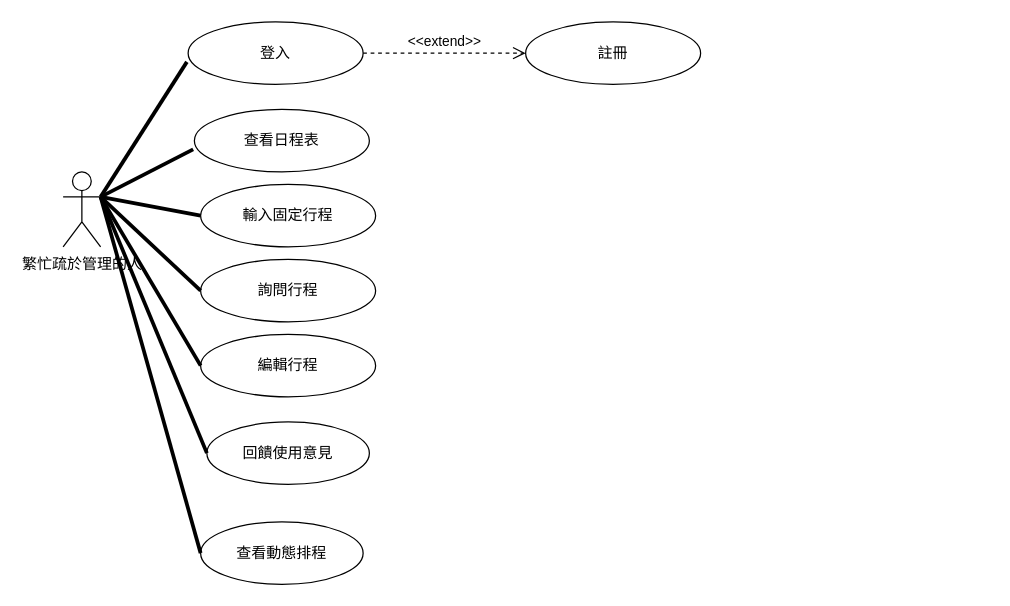
Earlier version of the draw.io diagram 使用個案圖.drawio (Kevincheng0804/Graduation-Topic). Source tidied: cells renumbered, new cells numbered last; positions are measured from the earlier drawing's top-left corner, leaving out a move shared by most shapes. Both pictures are drawn from the tidied source at 125%, with x=0, y=0 at pixel (62, 21).
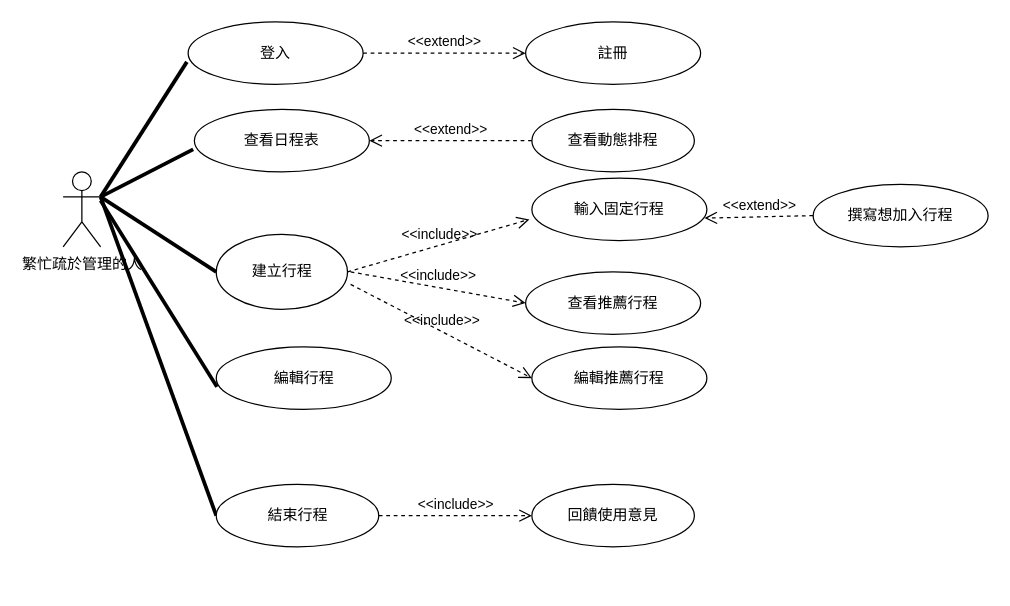
The same diagram, later.

Commit message:
更新使用個案圖11/181806.drawio

Unchanged cells that the change refers to:
```xml
<mxCell id="2" value="繁忙疏於管理的人" style="shape=umlActor;verticalLabelPosition=bottom;verticalAlign=top;html=1;" parent="1" vertex="1">
  <mxGeometry y="120" width="30" height="60" as="geometry" />
</mxCell>
<mxCell id="7" value="查看日程表" style="ellipse;html=1;whiteSpace=wrap;" parent="1" vertex="1">
  <mxGeometry x="105" y="70" width="140" height="50" as="geometry" />
</mxCell>
```

Diff of the diagram source:
```diff
@@
-    <mxCell id="9" value="詢問行程" style="ellipse;html=1;whiteSpace=wrap;" parent="1" vertex="1">
-      <mxGeometry x="110" y="190" width="140" height="50" as="geometry" />
+    <mxCell id="9" value="撰寫想加入行程" style="ellipse;html=1;whiteSpace=wrap;" parent="1" vertex="1">
+      <mxGeometry x="600" y="130" width="140" height="50" as="geometry" />
     </mxCell>
-    <mxCell id="10" style="endArrow=none;startArrow=none;endFill=0;startFill=0;endSize=8;html=1;verticalAlign=bottom;labelBackgroundColor=none;strokeWidth=3;rounded=0;entryX=0;entryY=0.5;entryDx=0;entryDy=0;exitX=1;exitY=0.3333333333333333;exitDx=0;exitDy=0;exitPerimeter=0;" parent="1" edge="1" source="2" target="9">
-      <mxGeometry relative="1" as="geometry" />
-    </mxCell>
     <mxCell id="11" value="輸入固定行程" style="ellipse;html=1;whiteSpace=wrap;" parent="1" vertex="1">
-      <mxGeometry x="110" y="130" width="140" height="50" as="geometry" />
+      <mxGeometry x="375" y="125" width="140" height="50" as="geometry" />
     </mxCell>
-    <mxCell id="12" style="endArrow=none;startArrow=none;endFill=0;startFill=0;endSize=8;html=1;verticalAlign=bottom;labelBackgroundColor=none;strokeWidth=3;rounded=0;entryX=0;entryY=0.5;entryDx=0;entryDy=0;exitX=1;exitY=0.3333333333333333;exitDx=0;exitDy=0;exitPerimeter=0;" parent="1" edge="1" source="2" target="11">
-      <mxGeometry relative="1" as="geometry" />
-    </mxCell>
-    <mxCell id="13" value="編輯行程" style="ellipse;html=1;whiteSpace=wrap;" parent="1" vertex="1">
-      <mxGeometry x="110" y="250" width="140" height="50" as="geometry" />
+    <mxCell id="13" value="編輯推薦行程" style="ellipse;html=1;whiteSpace=wrap;" parent="1" vertex="1">
+      <mxGeometry x="375" y="260" width="140" height="50" as="geometry" />
     </mxCell>
-    <mxCell id="14" style="endArrow=none;startArrow=none;endFill=0;startFill=0;endSize=8;html=1;verticalAlign=bottom;labelBackgroundColor=none;strokeWidth=3;rounded=0;entryX=0;entryY=0.5;entryDx=0;entryDy=0;exitX=1;exitY=0.3333333333333333;exitDx=0;exitDy=0;exitPerimeter=0;" parent="1" edge="1" source="2" target="13">
-      <mxGeometry relative="1" as="geometry" />
-    </mxCell>
     <mxCell id="15" value="查看動態排程" style="ellipse;html=1;whiteSpace=wrap;" parent="1" vertex="1">
-      <mxGeometry x="110" y="400" width="130" height="50" as="geometry" />
+      <mxGeometry x="375" y="70" width="130" height="50" as="geometry" />
     </mxCell>
     <mxCell id="16" value="回饋使用意見" style="ellipse;html=1;whiteSpace=wrap;" parent="1" vertex="1">
-      <mxGeometry x="115" y="320" width="130" height="50" as="geometry" />
+      <mxGeometry x="375" y="370" width="130" height="50" as="geometry" />
     </mxCell>
-    <mxCell id="17" style="endArrow=none;startArrow=none;endFill=0;startFill=0;endSize=8;html=1;verticalAlign=bottom;labelBackgroundColor=none;strokeWidth=3;rounded=0;entryX=0;entryY=0.5;entryDx=0;entryDy=0;exitX=1;exitY=0.3333333333333333;exitDx=0;exitDy=0;exitPerimeter=0;" parent="1" edge="1" source="2" target="16">
+    <mxCell id="17" style="endArrow=none;startArrow=none;endFill=0;startFill=0;endSize=8;html=1;verticalAlign=bottom;labelBackgroundColor=none;strokeWidth=3;rounded=0;exitX=1;exitY=0.3333333333333333;exitDx=0;exitDy=0;exitPerimeter=0;entryX=0;entryY=0.5;entryDx=0;entryDy=0;" parent="1" edge="1" source="2" target="22">
       <mxGeometry relative="1" as="geometry" />
     </mxCell>
-    <mxCell id="18" style="endArrow=none;startArrow=none;endFill=0;startFill=0;endSize=8;html=1;verticalAlign=bottom;labelBackgroundColor=none;strokeWidth=3;rounded=0;entryX=0;entryY=0.5;entryDx=0;entryDy=0;exitX=1;exitY=0.3333333333333333;exitDx=0;exitDy=0;exitPerimeter=0;" parent="1" edge="1" source="2" target="15">
-      <mxGeometry relative="1" as="geometry" />
-    </mxCell>
+    <mxCell id="19" value="編輯行程" style="ellipse;html=1;whiteSpace=wrap;" parent="1" vertex="1">
+      <mxGeometry x="122.5" y="260" width="140" height="50" as="geometry" />
+    </mxCell>
+    <mxCell id="20" value="建立行程" style="ellipse;html=1;whiteSpace=wrap;" parent="1" vertex="1">
+      <mxGeometry x="122.5" y="170" width="105" height="60" as="geometry" />
+    </mxCell>
+    <mxCell id="21" style="endArrow=none;startArrow=none;endFill=0;startFill=0;endSize=8;html=1;verticalAlign=bottom;labelBackgroundColor=none;strokeWidth=3;rounded=0;entryX=0;entryY=0.5;entryDx=0;entryDy=0;" parent="1" edge="1" target="20">
+      <mxGeometry relative="1" as="geometry">
+        <mxPoint x="30" y="140" as="sourcePoint" />
+      </mxGeometry>
+    </mxCell>
+    <mxCell id="22" value="結束行程" style="ellipse;html=1;whiteSpace=wrap;" parent="1" vertex="1">
+      <mxGeometry x="122.5" y="370" width="130" height="50" as="geometry" />
+    </mxCell>
+    <mxCell id="23" value="&amp;lt;&amp;lt;extend&amp;gt;&amp;gt;" style="endArrow=open;startArrow=none;endFill=0;startFill=0;endSize=8;html=1;verticalAlign=bottom;dashed=1;labelBackgroundColor=none;rounded=0;exitX=0;exitY=0.5;exitDx=0;exitDy=0;entryX=1;entryY=0.5;entryDx=0;entryDy=0;" parent="1" edge="1" source="15" target="7">
+      <mxGeometry relative="1" as="geometry" />
+    </mxCell>
+    <mxCell id="24" value="查看推薦行程" style="ellipse;html=1;whiteSpace=wrap;" parent="1" vertex="1">
+      <mxGeometry x="370" y="200" width="140" height="50" as="geometry" />
+    </mxCell>
+    <mxCell id="25" value="&amp;lt;&amp;lt;include&amp;gt;&amp;gt;" style="endArrow=open;startArrow=none;endFill=0;startFill=0;endSize=8;html=1;verticalAlign=bottom;dashed=1;labelBackgroundColor=none;rounded=0;exitX=1;exitY=0.5;exitDx=0;exitDy=0;entryX=-0.014;entryY=0.66;entryDx=0;entryDy=0;entryPerimeter=0;" parent="1" edge="1" source="20" target="11">
+      <mxGeometry relative="1" as="geometry" />
+    </mxCell>
+    <mxCell id="26" value="&amp;lt;&amp;lt;include&amp;gt;&amp;gt;" style="endArrow=open;startArrow=none;endFill=0;startFill=0;endSize=8;html=1;verticalAlign=bottom;dashed=1;labelBackgroundColor=none;rounded=0;entryX=0;entryY=0.5;entryDx=0;entryDy=0;" parent="1" edge="1" target="13">
+      <mxGeometry relative="1" as="geometry">
+        <mxPoint x="230" y="210" as="sourcePoint" />
+      </mxGeometry>
+    </mxCell>
+    <mxCell id="27" value="&amp;lt;&amp;lt;include&amp;gt;&amp;gt;" style="endArrow=open;startArrow=none;endFill=0;startFill=0;endSize=8;html=1;verticalAlign=bottom;dashed=1;labelBackgroundColor=none;rounded=0;entryX=0;entryY=0.5;entryDx=0;entryDy=0;" parent="1" edge="1" target="24">
+      <mxGeometry relative="1" as="geometry">
+        <mxPoint x="230" y="200" as="sourcePoint" />
+      </mxGeometry>
+    </mxCell>
+    <mxCell id="28" value="&amp;lt;&amp;lt;include&amp;gt;&amp;gt;" style="endArrow=open;startArrow=none;endFill=0;startFill=0;endSize=8;html=1;verticalAlign=bottom;dashed=1;labelBackgroundColor=none;rounded=0;exitX=1;exitY=0.5;exitDx=0;exitDy=0;entryX=0;entryY=0.5;entryDx=0;entryDy=0;" parent="1" edge="1" source="22" target="16">
+      <mxGeometry relative="1" as="geometry" />
+    </mxCell>
+    <mxCell id="29" style="endArrow=none;startArrow=none;endFill=0;startFill=0;endSize=8;html=1;verticalAlign=bottom;labelBackgroundColor=none;strokeWidth=3;rounded=0;entryX=0.004;entryY=0.64;entryDx=0;entryDy=0;entryPerimeter=0;" parent="1" edge="1" target="19">
+      <mxGeometry relative="1" as="geometry">
+        <mxPoint x="30" y="143" as="sourcePoint" />
+      </mxGeometry>
+    </mxCell>
+    <mxCell id="30" value="&amp;lt;&amp;lt;extend&amp;gt;&amp;gt;" style="endArrow=open;startArrow=none;endFill=0;startFill=0;endSize=8;html=1;verticalAlign=bottom;dashed=1;labelBackgroundColor=none;rounded=0;entryX=0.986;entryY=0.64;entryDx=0;entryDy=0;exitX=0;exitY=0.5;exitDx=0;exitDy=0;entryPerimeter=0;" parent="1" edge="1" source="9" target="11">
+      <mxGeometry relative="1" as="geometry" />
+    </mxCell>
```
